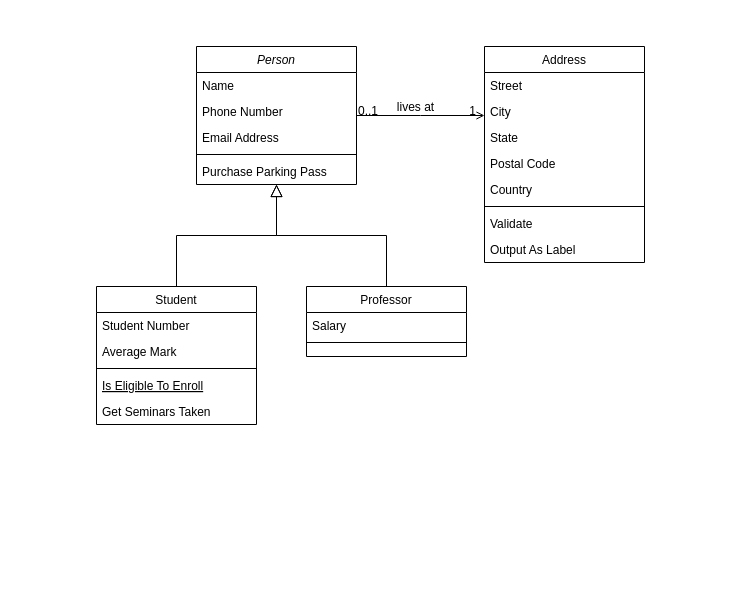
Earlier version of the draw.io diagram Untitled Diagram.drawio (jinyuy2/CS411). Source tidied: cells renumbered, new cells numbered last; positions are measured from the earlier drawing's top-left corner, leaving out a move shared by most shapes. Both pictures are drawn from the tidied source at 100%, with x=0, y=0 at pixel (96, 46).
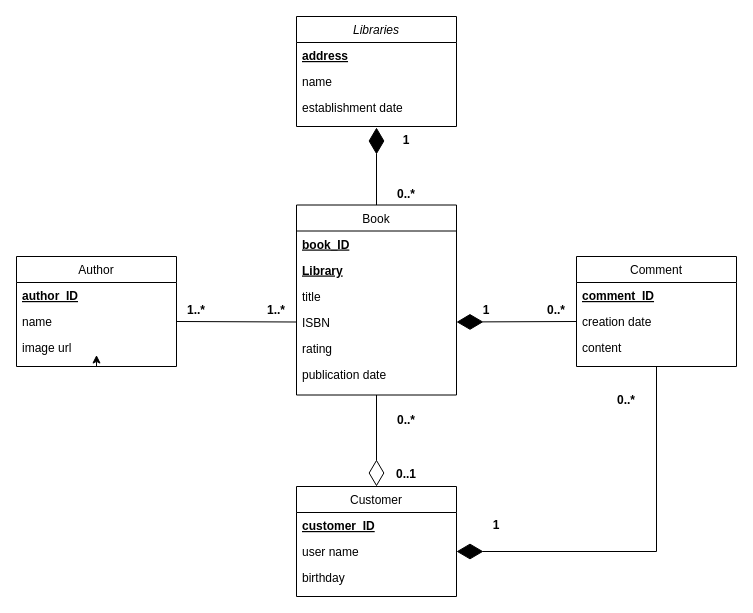
The same page after the edit.

What changed in the source:
```diff
@@
-    <mxCell id="2" value="Person" style="swimlane;fontStyle=2;align=center;verticalAlign=top;horizontal=1;startSize=26;rounded=0;shadow=0;strokeWidth=1;" parent="1" vertex="1">
-      <mxGeometry x="100" width="160" height="138" as="geometry" />
+    <mxCell id="2" value="Libraries" style="swimlane;fontStyle=2;align=center;verticalAlign=top;horizontal=1;startSize=26;rounded=0;shadow=0;strokeWidth=1;" parent="1" vertex="1">
+      <mxGeometry x="200" y="-30" width="160" height="110" as="geometry" />
     </mxCell>
-    <mxCell id="3" value="Name" style="text;align=left;verticalAlign=top;spacingLeft=4;spacingRight=4;overflow=hidden;" parent="2" vertex="1">
+    <mxCell id="3" value="address" style="text;align=left;verticalAlign=top;spacingLeft=4;spacingRight=4;overflow=hidden;fontStyle=5;" parent="2" vertex="1">
       <mxGeometry y="26" width="160" height="26" as="geometry" />
     </mxCell>
-    <mxCell id="4" value="Phone Number" style="text;align=left;verticalAlign=top;spacingLeft=4;spacingRight=4;overflow=hidden;rounded=0;shadow=0;html=0;" parent="2" vertex="1">
+    <mxCell id="4" value="name" style="text;align=left;verticalAlign=top;spacingLeft=4;spacingRight=4;overflow=hidden;rounded=0;shadow=0;html=0;" parent="2" vertex="1">
       <mxGeometry y="52" width="160" height="26" as="geometry" />
     </mxCell>
-    <mxCell id="5" value="Email Address" style="text;align=left;verticalAlign=top;spacingLeft=4;spacingRight=4;overflow=hidden;rounded=0;shadow=0;html=0;" parent="2" vertex="1">
+    <mxCell id="5" value="establishment date" style="text;align=left;verticalAlign=top;spacingLeft=4;spacingRight=4;overflow=hidden;rounded=0;shadow=0;html=0;" parent="2" vertex="1">
       <mxGeometry y="78" width="160" height="26" as="geometry" />
     </mxCell>
-    <mxCell id="6" style="line;html=1;strokeWidth=1;align=left;verticalAlign=middle;spacingTop=-1;spacingLeft=3;spacingRight=3;labelPosition=right;" parent="2" vertex="1">
-      <mxGeometry y="104" width="160" height="8" as="geometry" />
-    </mxCell>
-    <mxCell id="7" value="Purchase Parking Pass" style="text;align=left;verticalAlign=top;spacingLeft=4;spacingRight=4;overflow=hidden;" parent="2" vertex="1">
-      <mxGeometry y="112" width="160" height="26" as="geometry" />
-    </mxCell>
+    <mxCell id="32" style="edgeStyle=orthogonalEdgeStyle;rounded=0;jettySize=auto;html=1;exitX=0.5;exitY=1;exitDx=0;exitDy=0;" parent="1" edge="1" source="8">
+      <mxGeometry relative="1" as="geometry">
+        <mxPoint y="308.5" as="targetPoint" />
+      </mxGeometry>
+    </mxCell>
-    <mxCell id="8" value="Student" style="swimlane;fontStyle=0;align=center;verticalAlign=top;horizontal=1;startSize=26;rounded=0;shadow=0;strokeWidth=1;" parent="1" vertex="1">
-      <mxGeometry y="240" width="160" height="138" as="geometry" />
+    <mxCell id="8" value="Author" style="swimlane;fontStyle=0;align=center;verticalAlign=top;horizontal=1;startSize=26;rounded=0;shadow=0;strokeWidth=1;" parent="1" vertex="1">
+      <mxGeometry x="-80" y="210" width="160" height="110" as="geometry" />
     </mxCell>
-    <mxCell id="9" value="Student Number" style="text;align=left;verticalAlign=top;spacingLeft=4;spacingRight=4;overflow=hidden;" parent="8" vertex="1">
+    <mxCell id="9" value="author_ID" style="text;align=left;verticalAlign=top;spacingLeft=4;spacingRight=4;overflow=hidden;fontStyle=5;" parent="8" vertex="1">
       <mxGeometry y="26" width="160" height="26" as="geometry" />
     </mxCell>
-    <mxCell id="10" value="Average Mark" style="text;align=left;verticalAlign=top;spacingLeft=4;spacingRight=4;overflow=hidden;points=[[0,0.5],[1,0.5]];portConstraint=eastwest;rounded=0;shadow=0;html=0;" parent="8" vertex="1">
+    <mxCell id="10" value="name" style="text;align=left;verticalAlign=top;spacingLeft=4;spacingRight=4;overflow=hidden;points=[[0,0.5],[1,0.5]];portConstraint=eastwest;rounded=0;shadow=0;html=0;" parent="8" vertex="1">
       <mxGeometry y="52" width="160" height="26" as="geometry" />
     </mxCell>
-    <mxCell id="11" style="line;html=1;strokeWidth=1;align=left;verticalAlign=middle;spacingTop=-1;spacingLeft=3;spacingRight=3;labelPosition=right;" parent="8" vertex="1">
-      <mxGeometry y="78" width="160" height="8" as="geometry" />
-    </mxCell>
-    <mxCell id="12" value="Is Eligible To Enroll" style="text;align=left;verticalAlign=top;spacingLeft=4;spacingRight=4;overflow=hidden;fontStyle=4;" parent="8" vertex="1">
-      <mxGeometry y="86" width="160" height="26" as="geometry" />
+    <mxCell id="12" value="image url" style="text;align=left;verticalAlign=top;spacingLeft=4;spacingRight=4;overflow=hidden;fontStyle=0;" parent="8" vertex="1">
+      <mxGeometry y="78" width="160" height="26" as="geometry" />
     </mxCell>
-    <mxCell id="13" value="Get Seminars Taken" style="text;align=left;verticalAlign=top;spacingLeft=4;spacingRight=4;overflow=hidden;" parent="8" vertex="1">
-      <mxGeometry y="112" width="160" height="26" as="geometry" />
-    </mxCell>
-    <mxCell id="14" style="endArrow=block;endSize=10;endFill=0;shadow=0;strokeWidth=1;rounded=0;edgeStyle=elbowEdgeStyle;elbow=vertical;" parent="1" edge="1" source="8" target="2">
-      <mxGeometry relative="1" as="geometry" />
-    </mxCell>
-    <mxCell id="15" value="Professor" style="swimlane;fontStyle=0;align=center;verticalAlign=top;horizontal=1;startSize=26;rounded=0;shadow=0;strokeWidth=1;" parent="1" vertex="1">
-      <mxGeometry x="210" y="240" width="160" height="70" as="geometry" />
+    <mxCell id="15" value="Customer" style="swimlane;fontStyle=0;align=center;verticalAlign=top;horizontal=1;startSize=26;rounded=0;shadow=0;strokeWidth=1;" parent="1" vertex="1">
+      <mxGeometry x="200" y="440" width="160" height="110" as="geometry" />
     </mxCell>
-    <mxCell id="16" value="Salary" style="text;align=left;verticalAlign=top;spacingLeft=4;spacingRight=4;overflow=hidden;" parent="15" vertex="1">
+    <mxCell id="16" value="customer_ID" style="text;align=left;verticalAlign=top;spacingLeft=4;spacingRight=4;overflow=hidden;fontStyle=5;" parent="15" vertex="1">
       <mxGeometry y="26" width="160" height="26" as="geometry" />
     </mxCell>
-    <mxCell id="17" style="line;html=1;strokeWidth=1;align=left;verticalAlign=middle;spacingTop=-1;spacingLeft=3;spacingRight=3;labelPosition=right;" parent="15" vertex="1">
-      <mxGeometry y="52" width="160" height="8" as="geometry" />
-    </mxCell>
-    <mxCell id="18" style="endArrow=block;endSize=10;endFill=0;shadow=0;strokeWidth=1;rounded=0;edgeStyle=elbowEdgeStyle;elbow=vertical;" parent="1" edge="1" source="15" target="2">
-      <mxGeometry relative="1" as="geometry" />
-    </mxCell>
+    <mxCell id="33" value="user name" style="text;align=left;verticalAlign=top;spacingLeft=4;spacingRight=4;overflow=hidden;points=[[0,0.5],[1,0.5]];portConstraint=eastwest;" parent="15" vertex="1">
+      <mxGeometry y="52" width="160" height="26" as="geometry" />
+    </mxCell>
+    <mxCell id="34" value="birthday" style="text;align=left;verticalAlign=top;spacingLeft=4;spacingRight=4;overflow=hidden;" parent="15" vertex="1">
+      <mxGeometry y="78" width="160" height="26" as="geometry" />
+    </mxCell>
-    <mxCell id="19" value="Address" style="swimlane;fontStyle=0;align=center;verticalAlign=top;horizontal=1;startSize=26;rounded=0;shadow=0;strokeWidth=1;" parent="1" vertex="1">
-      <mxGeometry x="388" width="160" height="216" as="geometry" />
+    <mxCell id="19" value="Book" style="swimlane;fontStyle=0;align=center;verticalAlign=top;horizontal=1;startSize=26;rounded=0;shadow=0;strokeWidth=1;" parent="1" vertex="1">
+      <mxGeometry x="200" y="158.5" width="160" height="190" as="geometry" />
     </mxCell>
-    <mxCell id="20" value="Street" style="text;align=left;verticalAlign=top;spacingLeft=4;spacingRight=4;overflow=hidden;" parent="19" vertex="1">
+    <mxCell id="20" value="book_ID" style="text;align=left;verticalAlign=top;spacingLeft=4;spacingRight=4;overflow=hidden;fontStyle=5;" parent="19" vertex="1">
       <mxGeometry y="26" width="160" height="26" as="geometry" />
     </mxCell>
-    <mxCell id="21" value="City" style="text;align=left;verticalAlign=top;spacingLeft=4;spacingRight=4;overflow=hidden;rounded=0;shadow=0;html=0;" parent="19" vertex="1">
+    <mxCell id="21" value="Library" style="text;align=left;verticalAlign=top;spacingLeft=4;spacingRight=4;overflow=hidden;rounded=0;shadow=0;html=0;fontStyle=5;" parent="19" vertex="1">
       <mxGeometry y="52" width="160" height="26" as="geometry" />
     </mxCell>
-    <mxCell id="22" value="State" style="text;align=left;verticalAlign=top;spacingLeft=4;spacingRight=4;overflow=hidden;rounded=0;shadow=0;html=0;" parent="19" vertex="1">
+    <mxCell id="22" value="title" style="text;align=left;verticalAlign=top;spacingLeft=4;spacingRight=4;overflow=hidden;rounded=0;shadow=0;html=0;" parent="19" vertex="1">
       <mxGeometry y="78" width="160" height="26" as="geometry" />
     </mxCell>
-    <mxCell id="23" value="Postal Code" style="text;align=left;verticalAlign=top;spacingLeft=4;spacingRight=4;overflow=hidden;points=[[0,0.5],[1,0.5]];portConstraint=eastwest;rounded=0;shadow=0;html=0;" parent="19" vertex="1">
+    <mxCell id="23" value="ISBN" style="text;align=left;verticalAlign=top;spacingLeft=4;spacingRight=4;overflow=hidden;points=[[0,0.5],[1,0.5]];portConstraint=eastwest;rounded=0;shadow=0;html=0;" parent="19" vertex="1">
       <mxGeometry y="104" width="160" height="26" as="geometry" />
     </mxCell>
-    <mxCell id="24" value="Country" style="text;align=left;verticalAlign=top;spacingLeft=4;spacingRight=4;overflow=hidden;rounded=0;shadow=0;html=0;" parent="19" vertex="1">
+    <mxCell id="24" value="rating" style="text;align=left;verticalAlign=top;spacingLeft=4;spacingRight=4;overflow=hidden;rounded=0;shadow=0;html=0;" parent="19" vertex="1">
       <mxGeometry y="130" width="160" height="26" as="geometry" />
     </mxCell>
-    <mxCell id="25" style="line;html=1;strokeWidth=1;align=left;verticalAlign=middle;spacingTop=-1;spacingLeft=3;spacingRight=3;labelPosition=right;" parent="19" vertex="1">
-      <mxGeometry y="156" width="160" height="8" as="geometry" />
-    </mxCell>
-    <mxCell id="26" value="Validate" style="text;align=left;verticalAlign=top;spacingLeft=4;spacingRight=4;overflow=hidden;" parent="19" vertex="1">
-      <mxGeometry y="164" width="160" height="26" as="geometry" />
-    </mxCell>
-    <mxCell id="27" value="Output As Label" style="text;align=left;verticalAlign=top;spacingLeft=4;spacingRight=4;overflow=hidden;" parent="19" vertex="1">
-      <mxGeometry y="190" width="160" height="26" as="geometry" />
-    </mxCell>
-    <mxCell id="28" style="endArrow=open;shadow=0;strokeWidth=1;rounded=0;endFill=1;edgeStyle=elbowEdgeStyle;elbow=vertical;" parent="1" edge="1" source="2" target="19">
-      <mxGeometry x="0.5" y="41" relative="1" as="geometry">
-        <mxPoint x="-40" y="32" as="offset" />
-      </mxGeometry>
-    </mxCell>
+    <mxCell id="35" value="publication date" style="text;align=left;verticalAlign=top;spacingLeft=4;spacingRight=4;overflow=hidden;rounded=0;shadow=0;html=0;" parent="19" vertex="1">
+      <mxGeometry y="156" width="160" height="26" as="geometry" />
+    </mxCell>
+    <mxCell id="36" value="Comment" style="swimlane;fontStyle=0;align=center;verticalAlign=top;horizontal=1;startSize=26;rounded=0;shadow=0;strokeWidth=1;" parent="1" vertex="1">
+      <mxGeometry x="480" y="210" width="160" height="110" as="geometry" />
+    </mxCell>
+    <mxCell id="37" value="comment_ID" style="text;align=left;verticalAlign=top;spacingLeft=4;spacingRight=4;overflow=hidden;fontStyle=5;" parent="36" vertex="1">
+      <mxGeometry y="26" width="160" height="26" as="geometry" />
+    </mxCell>
+    <mxCell id="38" value="creation date" style="text;align=left;verticalAlign=top;spacingLeft=4;spacingRight=4;overflow=hidden;points=[[0,0.5],[1,0.5]];portConstraint=eastwest;" parent="36" vertex="1">
+      <mxGeometry y="52" width="160" height="26" as="geometry" />
+    </mxCell>
+    <mxCell id="39" value="content" style="text;align=left;verticalAlign=top;spacingLeft=4;spacingRight=4;overflow=hidden;" parent="36" vertex="1">
+      <mxGeometry y="78" width="160" height="26" as="geometry" />
+    </mxCell>
+    <mxCell id="40" style="endArrow=diamondThin;endFill=1;endSize=24;html=1;rounded=0;exitX=0.5;exitY=0;exitDx=0;exitDy=0;entryX=0.125;entryY=0.038;entryDx=0;entryDy=0;entryPerimeter=0;" parent="1" edge="1" source="19" target="41">
+      <mxGeometry relative="1" as="geometry" />
+    </mxCell>
+    <mxCell id="41" value="1" style="text;align=center;fontStyle=1;verticalAlign=middle;spacingLeft=3;spacingRight=3;strokeColor=none;points=[[0,0.5],[1,0.5]];portConstraint=eastwest;" parent="1" vertex="1">
+      <mxGeometry x="270" y="80" width="80" height="26" as="geometry" />
+    </mxCell>
+    <mxCell id="42" value="0..*" style="text;align=center;fontStyle=1;verticalAlign=middle;spacingLeft=3;spacingRight=3;strokeColor=none;" parent="1" vertex="1">
+      <mxGeometry x="270" y="134" width="80" height="26" as="geometry" />
+    </mxCell>
+    <mxCell id="43" style="endArrow=diamondThin;endFill=0;endSize=24;html=1;rounded=0;exitX=0.5;exitY=1;exitDx=0;exitDy=0;entryX=0.5;entryY=0;entryDx=0;entryDy=0;" parent="1" edge="1" source="19" target="15">
+      <mxGeometry relative="1" as="geometry" />
+    </mxCell>
-    <mxCell id="29" value="0..1" style="align=left;verticalAlign=bottom;labelBackgroundColor=none;fontSize=12;" parent="28" vertex="1">
-      <mxGeometry x="-1" relative="1" as="geometry">
-        <mxPoint y="4" as="offset" />
-      </mxGeometry>
+    <mxCell id="29" value="0..1" style="text;align=center;fontStyle=1;verticalAlign=middle;spacingLeft=3;spacingRight=3;strokeColor=none;" parent="1" vertex="1">
+      <mxGeometry x="270" y="414" width="80" height="26" as="geometry" />
     </mxCell>
-    <mxCell id="30" value="1" style="align=right;verticalAlign=bottom;labelBackgroundColor=none;fontSize=12;" parent="28" vertex="1">
-      <mxGeometry x="1" relative="1" as="geometry">
-        <mxPoint x="-7" y="4" as="offset" />
-      </mxGeometry>
-    </mxCell>
-    <mxCell id="31" value="lives at" style="text;html=1;align=center;verticalAlign=middle;labelBackgroundColor=none;rounded=0;shadow=0;strokeWidth=1;fontSize=12;" parent="28" vertex="1">
-      <mxGeometry x="0.5" y="49" relative="1" as="geometry">
-        <mxPoint x="-38" y="40" as="offset" />
-      </mxGeometry>
-    </mxCell>
+    <mxCell id="44" value="0..*" style="text;align=center;fontStyle=1;verticalAlign=middle;spacingLeft=3;spacingRight=3;strokeColor=none;" parent="1" vertex="1">
+      <mxGeometry x="270" y="360" width="80" height="26" as="geometry" />
+    </mxCell>
+    <mxCell id="45" style="endArrow=none;html=1;rounded=0;exitX=1;exitY=0.5;exitDx=0;exitDy=0;entryX=0;entryY=0.5;entryDx=0;entryDy=0;" parent="1" edge="1" source="10" target="23">
+      <mxGeometry relative="1" as="geometry" />
+    </mxCell>
+    <mxCell id="46" value="0..*" style="text;align=center;fontStyle=1;verticalAlign=middle;spacingLeft=3;spacingRight=3;strokeColor=none;" parent="1" vertex="1">
+      <mxGeometry x="420" y="250" width="80" height="26" as="geometry" />
+    </mxCell>
+    <mxCell id="47" value="1" style="text;align=center;fontStyle=1;verticalAlign=middle;spacingLeft=3;spacingRight=3;strokeColor=none;" parent="1" vertex="1">
+      <mxGeometry x="350" y="250" width="80" height="26" as="geometry" />
+    </mxCell>
+    <mxCell id="48" value="1..*" style="text;align=center;fontStyle=1;verticalAlign=middle;spacingLeft=3;spacingRight=3;strokeColor=none;" parent="1" vertex="1">
+      <mxGeometry x="140" y="250" width="80" height="26" as="geometry" />
+    </mxCell>
+    <mxCell id="49" value="1..*" style="text;align=center;fontStyle=1;verticalAlign=middle;spacingLeft=3;spacingRight=3;strokeColor=none;" parent="1" vertex="1">
+      <mxGeometry x="60" y="250" width="80" height="26" as="geometry" />
+    </mxCell>
+    <mxCell id="50" style="endArrow=diamondThin;endFill=1;endSize=24;html=1;rounded=0;entryX=1;entryY=0.5;entryDx=0;entryDy=0;exitX=0;exitY=0.5;exitDx=0;exitDy=0;" parent="1" edge="1" source="38" target="23">
+      <mxGeometry relative="1" as="geometry" />
+    </mxCell>
+    <mxCell id="51" style="endArrow=diamondThin;endFill=1;endSize=24;html=1;rounded=0;entryX=1;entryY=0.5;entryDx=0;entryDy=0;exitX=0.5;exitY=1;exitDx=0;exitDy=0;" parent="1" edge="1" source="36" target="33">
+      <mxGeometry relative="1" as="geometry">
+        <Array as="points">
+          <mxPoint x="560" y="505" />
+        </Array>
+      </mxGeometry>
+    </mxCell>
+    <mxCell id="52" value="0..*" style="text;align=center;fontStyle=1;verticalAlign=middle;spacingLeft=3;spacingRight=3;strokeColor=none;" parent="1" vertex="1">
+      <mxGeometry x="490" y="340" width="80" height="26" as="geometry" />
+    </mxCell>
+    <mxCell id="53" value="1" style="text;align=center;fontStyle=1;verticalAlign=middle;spacingLeft=3;spacingRight=3;strokeColor=none;" parent="1" vertex="1">
+      <mxGeometry x="360" y="465" width="80" height="26" as="geometry" />
+    </mxCell>
```
